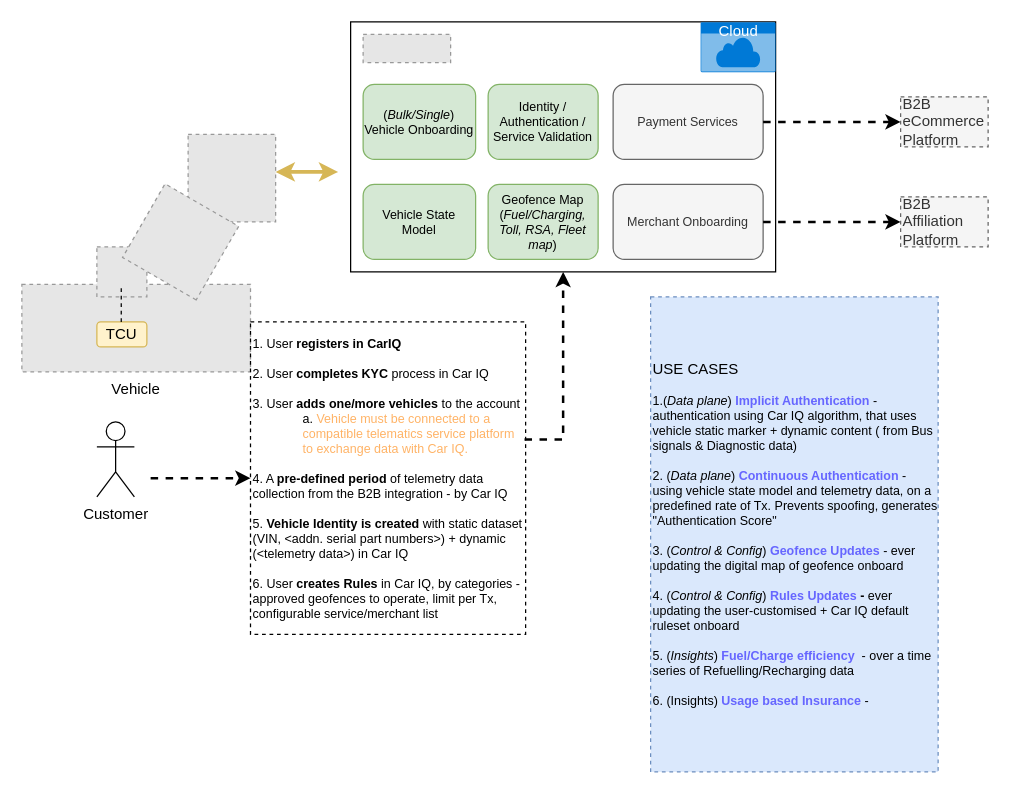
subhachat/CodeKata keeps this draw.io diagram as page "Page-1" (1 of 2) of src/main/resources/CarIQ_IVY_Uase_Cases.drawio. Above is the earlier version. Source tidied: cells renumbered, new cells numbered last; positions are measured from the earlier drawing's top-left corner, leaving out a move shared by most shapes. Both pictures are drawn from the tidied source at 125%, with x=0, y=0 at pixel (21, 21). Pictures stored in the file or linked from it are replaced by grey dashed boxes.
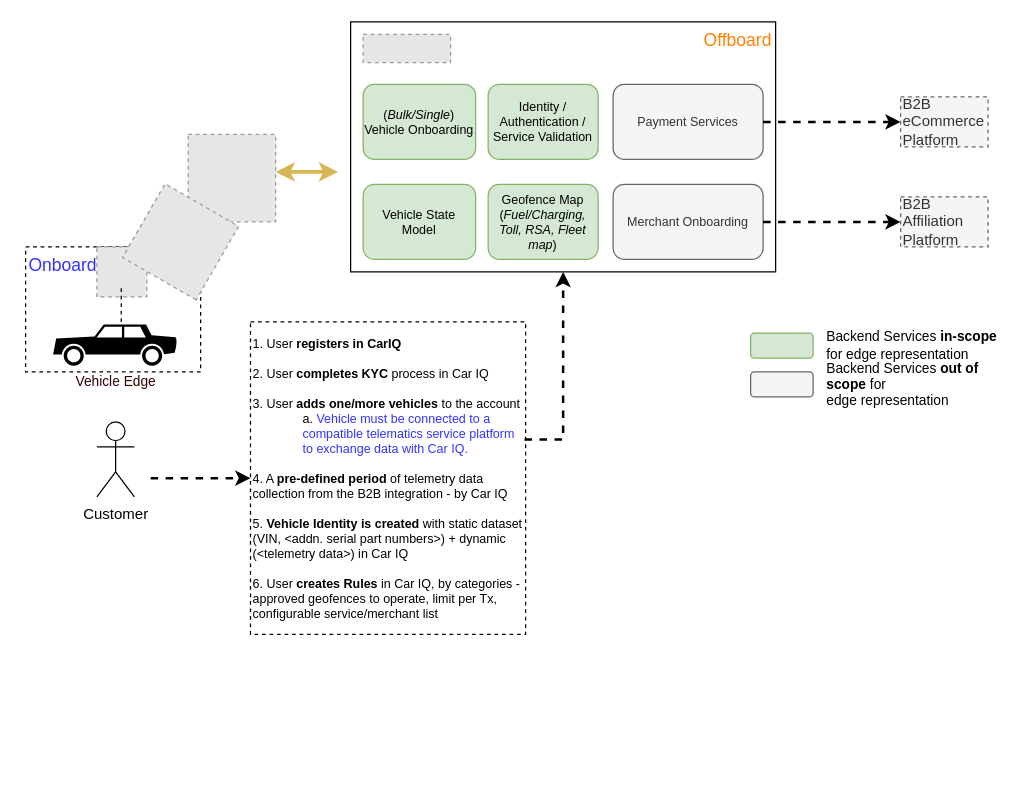
Above is the later version.

What changed in the source:
```diff
@@
-    <mxCell id="2" value="Vehicle" style="fillColor=#E6E6E6;strokeColor=#999999;dashed=1;verticalLabelPosition=bottom;labelBackgroundColor=#ffffff;verticalAlign=top;" parent="1" vertex="1">
-      <mxGeometry y="210" width="182.9" height="70" as="geometry" />
-    </mxCell>
+    <mxCell id="27" style="rounded=0;whiteSpace=wrap;html=1;fontSize=11;fontColor=#3333FF;dashed=1;" parent="1" vertex="1">
+      <mxGeometry x="3" y="180" width="140" height="100" as="geometry" />
+    </mxCell>
@@
-    <mxCell id="4" value="TCU" style="rounded=1;whiteSpace=wrap;html=1;fillColor=#fff2cc;strokeColor=#d6b656;" parent="1" vertex="1">
-      <mxGeometry x="60" y="240" width="40" height="20" as="geometry" />
-    </mxCell>
@@
-    <mxCell id="17" value="Cloud" style="html=1;strokeColor=none;fillColor=#0079D6;labelPosition=center;verticalLabelPosition=middle;verticalAlign=top;align=center;fontSize=12;spacingTop=-6;fontColor=#FFFFFF;sketch=0;shape=mxgraph.sitemap.cloud;" parent="1" vertex="1">
-      <mxGeometry x="543" y="0.2" width="60" height="40" as="geometry" />
-    </mxCell>
-    <mxCell id="18" value="1. User &lt;b&gt;registers in CarIQ&lt;/b&gt;&lt;br&gt;&lt;br&gt;2. User &lt;b&gt;completes KYC &lt;/b&gt;process in Car IQ&lt;br&gt;&lt;br&gt;3. User &lt;b&gt;adds one/more vehicles&lt;/b&gt; to the account&lt;br&gt;&lt;blockquote style=&quot;margin: 0 0 0 40px ; border: none ; padding: 0px&quot;&gt;a. &lt;font color=&quot;#ffb366&quot;&gt;Vehicle must be connected to a compatible telematics service platform to exchange data with Car IQ.&lt;/font&gt;&lt;/blockquote&gt;&lt;br&gt;4. A &lt;b&gt;pre-defined period&lt;/b&gt; of telemetry data collection from the B2B integration - by Car IQ&lt;br&gt;&lt;br&gt;5. &lt;b&gt;Vehicle Identity is created&lt;/b&gt; with static dataset (VIN, &amp;lt;addn. serial part numbers&amp;gt;) + dynamic (&amp;lt;telemetry data&amp;gt;) in Car IQ&lt;br&gt;&lt;br&gt;6. User &lt;b&gt;creates Rules&lt;/b&gt; in Car IQ, by categories - approved geofences to operate, limit per Tx, configurable service/merchant list" style="text;html=1;strokeColor=default;fillColor=none;align=left;verticalAlign=middle;whiteSpace=wrap;rounded=0;fontSize=10;dashed=1;" parent="1" vertex="1">
+    <mxCell id="18" value="1. User &lt;b&gt;registers in CarIQ&lt;/b&gt;&lt;br&gt;&lt;br&gt;2. User &lt;b&gt;completes KYC &lt;/b&gt;process in Car IQ&lt;br&gt;&lt;br&gt;3. User &lt;b&gt;adds one/more vehicles&lt;/b&gt; to the account&lt;br&gt;&lt;blockquote style=&quot;margin: 0 0 0 40px ; border: none ; padding: 0px&quot;&gt;a. &lt;font color=&quot;#3333ff&quot;&gt;Vehicle must be connected to a compatible telematics service platform to exchange data with Car IQ.&lt;/font&gt;&lt;/blockquote&gt;&lt;br&gt;4. A &lt;b&gt;pre-defined period&lt;/b&gt; of telemetry data collection from the B2B integration - by Car IQ&lt;br&gt;&lt;br&gt;5. &lt;b&gt;Vehicle Identity is created&lt;/b&gt; with static dataset (VIN, &amp;lt;addn. serial part numbers&amp;gt;) + dynamic (&amp;lt;telemetry data&amp;gt;) in Car IQ&lt;br&gt;&lt;br&gt;6. User &lt;b&gt;creates Rules&lt;/b&gt; in Car IQ, by categories - approved geofences to operate, limit per Tx, configurable service/merchant list" style="text;html=1;strokeColor=default;fillColor=none;align=left;verticalAlign=middle;whiteSpace=wrap;rounded=0;fontSize=10;dashed=1;" parent="1" vertex="1">
       <mxGeometry x="182.9" y="240" width="220.1" height="250" as="geometry" />
     </mxCell>
@@
-    <mxCell id="21" value="&lt;font style=&quot;font-size: 12px&quot;&gt;USE CASES&lt;/font&gt;&lt;br&gt;&lt;br&gt;1.(&lt;i&gt;Data plane&lt;/i&gt;)&amp;nbsp;&lt;b&gt;&lt;font color=&quot;#6666ff&quot;&gt;Implicit Authentication&lt;/font&gt;&lt;/b&gt; - authentication using Car IQ algorithm, that uses vehicle static marker + dynamic content ( from Bus signals &amp;amp; Diagnostic data)&lt;br&gt;&lt;br&gt;2. (&lt;i&gt;Data plane&lt;/i&gt;)&amp;nbsp;&lt;font color=&quot;#6666ff&quot;&gt;&lt;b&gt;Continuous Authentication&lt;/b&gt;&lt;/font&gt; - using vehicle state model and telemetry data, on a predefined rate of Tx. Prevents spoofing, generates &quot;Authentication Score&quot;&lt;br&gt;&lt;br&gt;3. (&lt;i&gt;Control &amp;amp; Config&lt;/i&gt;) &lt;b&gt;&lt;font color=&quot;#6666ff&quot;&gt;Geofence Updates&lt;/font&gt;&lt;/b&gt; - ever updating the digital map of geofence onboard&lt;br&gt;&lt;br&gt;4. (&lt;i&gt;Control &amp;amp; Config&lt;/i&gt;) &lt;b&gt;&lt;font color=&quot;#6666ff&quot;&gt;Rules Updates&lt;/font&gt; -&amp;nbsp;&lt;/b&gt;ever updating the user-customised + Car IQ default ruleset onboard&lt;br&gt;&lt;br&gt;5. (&lt;i&gt;Insights&lt;/i&gt;) &lt;b&gt;&lt;font color=&quot;#6666ff&quot;&gt;Fuel/Charge efficiency&lt;/font&gt;&lt;/b&gt;&amp;nbsp; - over a time series of Refuelling/Recharging data&lt;br&gt;&lt;br&gt;6. (Insights) &lt;b&gt;&lt;font color=&quot;#6666ff&quot;&gt;Usage based Insurance&lt;/font&gt;&lt;/b&gt; -&amp;nbsp;" style="text;html=1;strokeColor=#6c8ebf;fillColor=#dae8fc;align=left;verticalAlign=middle;whiteSpace=wrap;rounded=0;fontSize=10;dashed=1;" parent="1" vertex="1">
-      <mxGeometry x="503" y="220" width="230" height="380" as="geometry" />
-    </mxCell>
@@
+    <mxCell id="28" style="rounded=1;whiteSpace=wrap;html=1;fillColor=#d5e8d4;strokeColor=#82b366;" parent="1" vertex="1">
+      <mxGeometry x="583" y="249" width="50" height="20" as="geometry" />
+    </mxCell>
+    <mxCell id="29" style="rounded=1;whiteSpace=wrap;html=1;fillColor=#f5f5f5;strokeColor=#666666;fontColor=#333333;" parent="1" vertex="1">
+      <mxGeometry x="583" y="280" width="50" height="20" as="geometry" />
+    </mxCell>
+    <mxCell id="30" value="&lt;p style=&quot;margin-top: 0pt ; margin-bottom: 0pt ; margin-left: 0in ; text-align: left ; direction: ltr ; unicode-bidi: embed ; word-break: normal ; font-size: 11px&quot;&gt;&lt;span style=&quot;font-size: 11px ; font-family: &amp;#34;calibri&amp;#34;&quot;&gt;Backend Services &lt;b&gt;in-scope&lt;/b&gt; for edge&amp;nbsp;representation&lt;/span&gt;&lt;/p&gt;" style="text;html=1;strokeColor=none;fillColor=none;align=center;verticalAlign=middle;whiteSpace=wrap;rounded=0;fontSize=11;" parent="1" vertex="1">
+      <mxGeometry x="643" y="244" width="140" height="30" as="geometry" />
+    </mxCell>
+    <mxCell id="31" value="&lt;p style=&quot;margin-top: 0pt ; margin-bottom: 0pt ; margin-left: 0in ; text-align: left ; direction: ltr ; unicode-bidi: embed ; word-break: normal ; font-size: 11px&quot;&gt;&lt;span style=&quot;font-size: 11px ; font-family: &amp;#34;calibri&amp;#34;&quot;&gt;Backend Services &lt;b&gt;out of scope&lt;/b&gt; for edge&amp;nbsp;representation&lt;/span&gt;&lt;/p&gt;" style="text;html=1;strokeColor=none;fillColor=none;align=center;verticalAlign=middle;whiteSpace=wrap;rounded=0;fontSize=11;" parent="1" vertex="1">
+      <mxGeometry x="643" y="275" width="140" height="30" as="geometry" />
+    </mxCell>
+    <mxCell id="32" value="&lt;font color=&quot;#330000&quot;&gt;Vehicle Edge&lt;/font&gt;" style="shape=mxgraph.signs.transportation.car_2;html=1;fillColor=#000000;strokeColor=none;verticalLabelPosition=bottom;verticalAlign=top;align=center;fontSize=11;fontColor=#3333FF;" parent="1" vertex="1">
+      <mxGeometry x="25" y="242" width="100" height="33" as="geometry" />
+    </mxCell>
+    <mxCell id="33" value="Onboard" style="text;html=1;strokeColor=none;fillColor=none;align=center;verticalAlign=middle;whiteSpace=wrap;rounded=0;dashed=1;fontSize=14;fontColor=#3333FF;" parent="1" vertex="1">
+      <mxGeometry x="3" y="180" width="60" height="30" as="geometry" />
+    </mxCell>
+    <mxCell id="34" value="Offboard" style="text;html=1;strokeColor=none;fillColor=none;align=center;verticalAlign=middle;whiteSpace=wrap;rounded=0;dashed=1;fontSize=14;fontColor=#FF8000;" parent="1" vertex="1">
+      <mxGeometry x="543" width="60" height="30" as="geometry" />
+    </mxCell>
```
